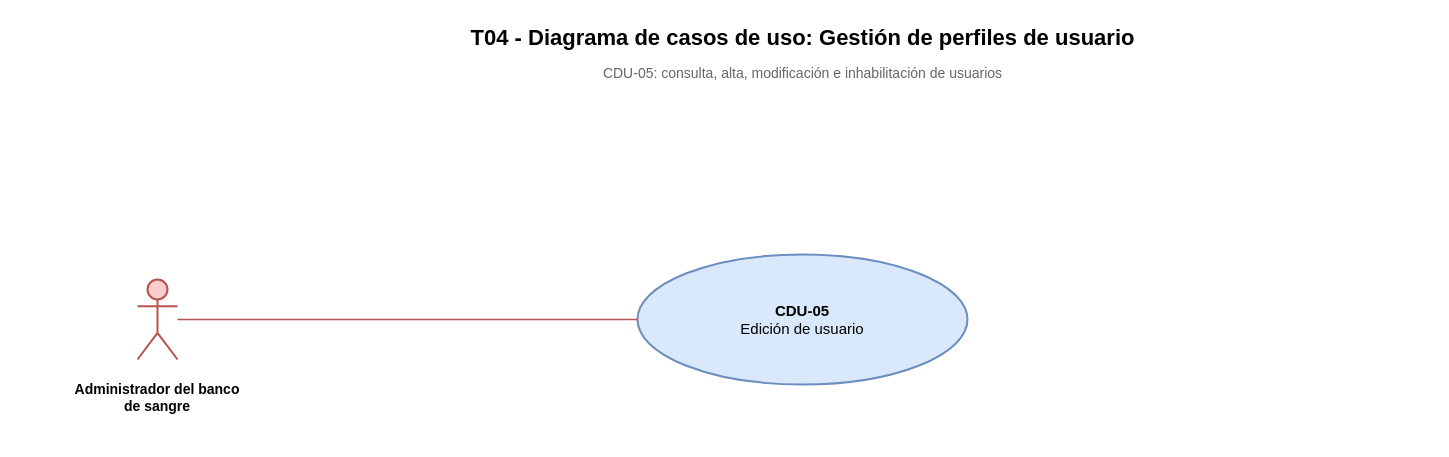
juanNH/Ingenieria-de-Software keeps this draw.io diagram as Diagramas/Casos de Uso/T04 - CDU-05 - Edición de usuario - Casos de uso.drawio. Above is the earlier version. Source tidied: cells renumbered, new cells numbered last; positions are measured from the earlier drawing's top-left corner, leaving out a move shared by most shapes. Both pictures are drawn from the tidied source at 100%, with x=0, y=0 at pixel (17, 17).
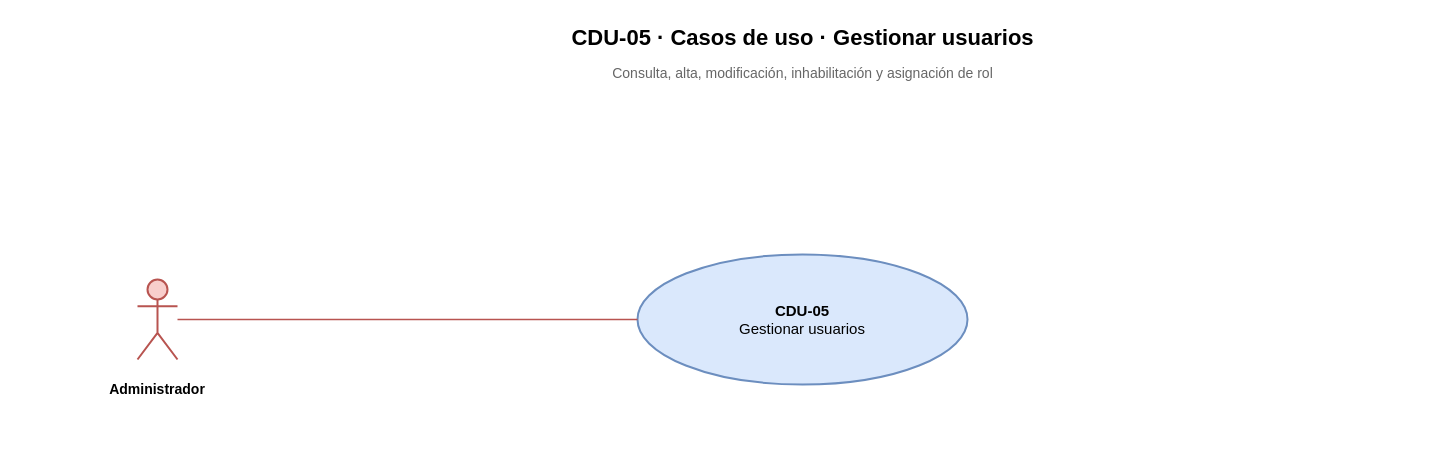
The same page after the edit.

The edit, as a diff of the source:
```diff
@@
 <mxGraphModel>
   <root>
     <mxCell id="0" />
     <mxCell id="1" parent="0" />
-    <mxCell id="2" value="T04 - Diagrama de casos de uso: Gestión de perfiles de usuario" style="text;html=1;strokeColor=none;fillColor=none;fontStyle=1;fontSize=22;align=center;verticalAlign=middle;fontFamily=Arial;" parent="1" vertex="1">
+    <mxCell id="2" value="CDU-05 · Casos de uso · Gestionar usuarios" style="text;html=1;strokeColor=none;fillColor=none;fontStyle=1;fontSize=22;align=center;verticalAlign=middle;fontFamily=Arial;" parent="1" vertex="1">
       <mxGeometry x="155" width="1260" height="42" as="geometry" />
     </mxCell>
-    <mxCell id="3" value="CDU-05: consulta, alta, modificación e inhabilitación de usuarios" style="text;html=1;strokeColor=none;fillColor=none;fontSize=14;align=center;verticalAlign=middle;fontColor=#666666;fontFamily=Arial;" parent="1" vertex="1">
+    <mxCell id="3" value="Consulta, alta, modificación, inhabilitación y asignación de rol" style="text;html=1;strokeColor=none;fillColor=none;fontSize=14;align=center;verticalAlign=middle;fontColor=#666666;fontFamily=Arial;" parent="1" vertex="1">
       <mxGeometry x="335" y="42" width="900" height="28" as="geometry" />
     </mxCell>
-    <mxCell id="4" value="&lt;b&gt;CDU-05&lt;/b&gt;&lt;br&gt;Edición de usuario" style="ellipse;whiteSpace=wrap;html=1;fillColor=#dae8fc;strokeColor=#6c8ebf;strokeWidth=2;fontSize=15;fontFamily=Arial;align=center;verticalAlign=middle;" parent="1" vertex="1">
+    <mxCell id="4" value="&lt;b&gt;CDU-05&lt;/b&gt;&lt;br&gt;Gestionar usuarios" style="ellipse;whiteSpace=wrap;html=1;fillColor=#dae8fc;strokeColor=#6c8ebf;strokeWidth=2;fontSize=15;fontFamily=Arial;align=center;verticalAlign=middle;" parent="1" vertex="1">
       <mxGeometry x="620" y="237" width="330" height="130" as="geometry" />
     </mxCell>
     <mxCell id="5" style="shape=umlActor;html=1;fillColor=#f8cecc;strokeColor=#b85450;strokeWidth=2;" parent="1" vertex="1">
       <mxGeometry x="120" y="262" width="40" height="80" as="geometry" />
     </mxCell>
-    <mxCell id="6" value="&lt;b&gt;Administrador del banco&lt;br&gt;de sangre&lt;/b&gt;" style="text;html=1;strokeColor=none;fillColor=none;fontSize=14;fontFamily=Arial;align=center;verticalAlign=top;whiteSpace=wrap;" parent="1" vertex="1">
+    <mxCell id="6" value="&lt;b&gt;Administrador&lt;/b&gt;" style="text;html=1;strokeColor=none;fillColor=none;fontSize=14;fontFamily=Arial;align=center;verticalAlign=top;whiteSpace=wrap;" parent="1" vertex="1">
       <mxGeometry y="357" width="280" height="66" as="geometry" />
     </mxCell>
     <mxCell id="7" style="rounded=0;html=1;endArrow=none;startArrow=none;strokeColor=#b85450;strokeWidth=1.5;exitX=1;exitY=0.5;entryX=0;entryY=0.5;" parent="1" edge="1" source="5" target="4">
       <mxGeometry relative="1" as="geometry" />
     </mxCell>
   </root>
 </mxGraphModel>
```
